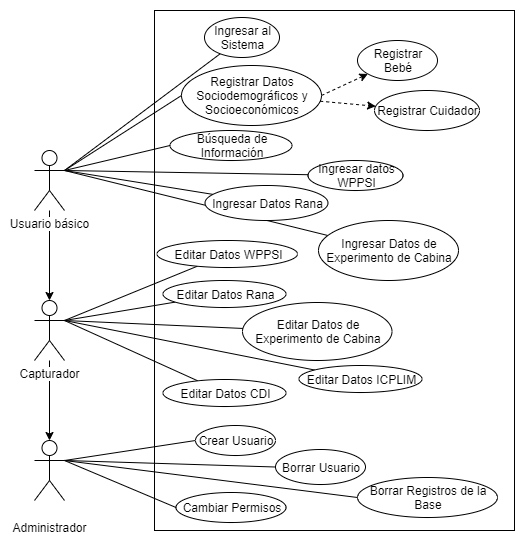
The draw.io diagram ServicioSocial/Diseño/CasosDeUsoUML.png in DrimTimSS/BabyWizard, before a commit. Source tidied: cells renumbered, new cells last; positions are measured from the earlier drawing's top-left corner, leaving out a move shared by most shapes.
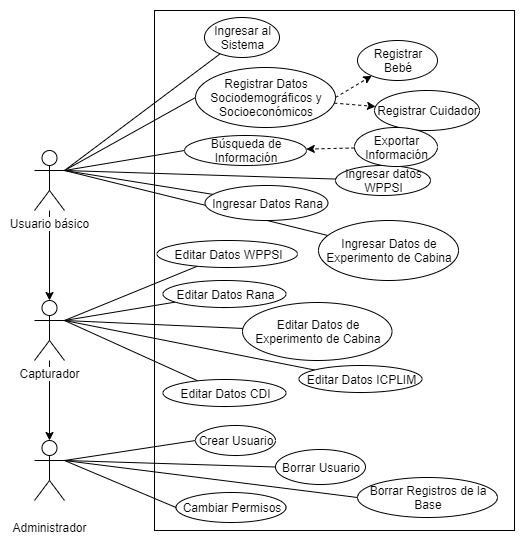
Above is the later version.

What changed in the source:
```diff
@@ -42,7 +42,7 @@
       <mxGeometry x="323" y="467" width="140" height="40" as="geometry" />
     </mxCell>
     <mxCell id="15" value="Búsqueda de Información" style="ellipse;whiteSpace=wrap;html=1;" parent="1" vertex="1">
-      <mxGeometry x="135.5" y="120" width="122" height="30" as="geometry" />
+      <mxGeometry x="150" y="125" width="122" height="30" as="geometry" />
     </mxCell>
     <mxCell id="16" style="endArrow=classic;html=1;" parent="1" edge="1" source="21" target="27">
       <mxGeometry relative="1" as="geometry" />
@@ -93,7 +93,7 @@
       <mxGeometry relative="1" as="geometry" />
     </mxCell>
     <mxCell id="32" value="Registrar Datos Sociodemográficos y Socioeconómicos" style="ellipse;whiteSpace=wrap;html=1;" parent="1" vertex="1">
-      <mxGeometry x="147" y="55" width="140" height="60" as="geometry" />
+      <mxGeometry x="161" y="57" width="140" height="60" as="geometry" />
     </mxCell>
     <mxCell id="33" value="Borrar Usuario" style="ellipse;whiteSpace=wrap;html=1;" parent="1" vertex="1">
       <mxGeometry x="241" y="439" width="90" height="35" as="geometry" />
@@ -102,7 +102,7 @@
       <mxGeometry relative="1" as="geometry" />
     </mxCell>
     <mxCell id="35" value="Ingresar datos WPPSI" style="ellipse;whiteSpace=wrap;html=1;" parent="1" vertex="1">
-      <mxGeometry x="273.5" y="150" width="95" height="30" as="geometry" />
+      <mxGeometry x="301" y="155" width="95" height="30" as="geometry" />
     </mxCell>
     <mxCell id="36" value="Ingresar Datos Rana" style="ellipse;whiteSpace=wrap;html=1;" parent="1" vertex="1">
       <mxGeometry x="170.5" y="175" width="123" height="35" as="geometry" />
@@ -122,5 +122,11 @@
     <mxCell id="41" value="Editar Datos CDI" style="ellipse;whiteSpace=wrap;html=1;" parent="1" vertex="1">
       <mxGeometry x="128.5" y="369" width="123" height="27" as="geometry" />
     </mxCell>
+    <mxCell id="42" value="Exportar Información" style="ellipse;whiteSpace=wrap;html=1;" parent="1" vertex="1">
+      <mxGeometry x="320" y="117" width="83" height="39" as="geometry" />
+    </mxCell>
+    <mxCell id="43" style="edgeStyle=none;rounded=0;jettySize=auto;html=1;endArrow=classic;endFill=1;dashed=1;" parent="1" edge="1" source="42" target="15">
+      <mxGeometry relative="1" as="geometry" />
+    </mxCell>
   </root>
 </mxGraphModel>
```
